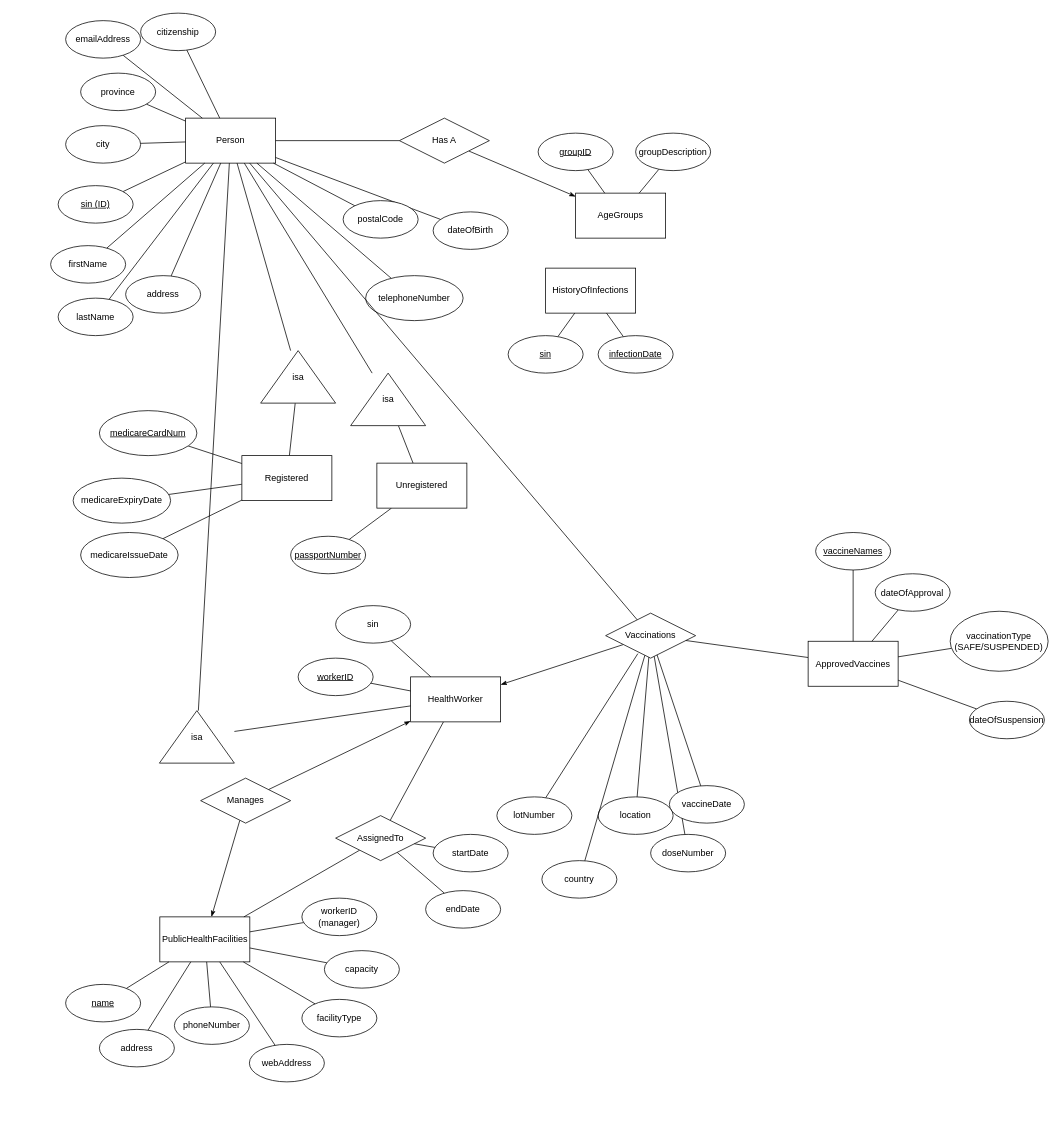
The draw.io diagram Diagram/E-R Model.drawio in sobhan-m/comp353-warmup-project, before the edit. Source tidied: cells renumbered, new cells numbered last; positions are measured from the earlier drawing's top-left corner, leaving out a move shared by most shapes. Both pictures are drawn from the tidied source at 75%, with x=0, y=0 at pixel (50, 13).
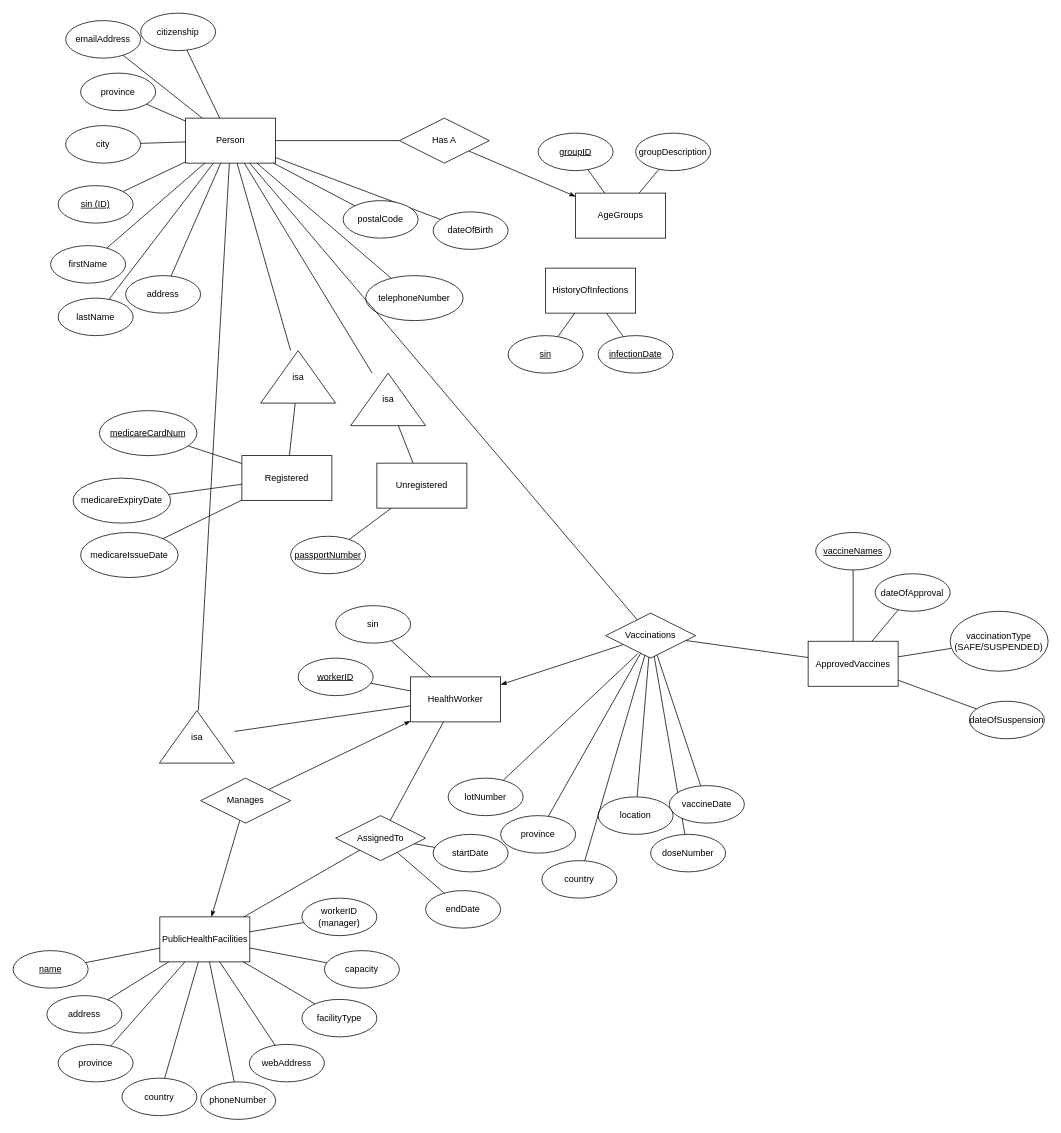
After the change.

Unchanged cells that the change refers to:
```xml
<mxCell id="42" value="PublicHealthFacilities" style="rounded=0;whiteSpace=wrap;html=1;" parent="1" vertex="1">
  <mxGeometry x="145.6" y="1205" width="120" height="60" as="geometry" />
</mxCell>
<mxCell id="70" value="Vaccinations" style="shape=rhombus;perimeter=rhombusPerimeter;whiteSpace=wrap;html=1;align=center;" parent="1" vertex="1">
  <mxGeometry x="740" y="800" width="120" height="60" as="geometry" />
</mxCell>
```

The edit, as a diff of the source:
```diff
@@
     <mxCell id="44" value="&lt;u&gt;name&lt;/u&gt;" style="ellipse;whiteSpace=wrap;html=1;" parent="1" vertex="1">
-      <mxGeometry x="20" y="1295" width="100" height="50" as="geometry" />
+      <mxGeometry x="-50" y="1250" width="100" height="50" as="geometry" />
     </mxCell>
@@
     <mxCell id="46" value="address" style="ellipse;whiteSpace=wrap;html=1;" parent="1" vertex="1">
-      <mxGeometry x="65" y="1355" width="100" height="50" as="geometry" />
+      <mxGeometry x="-5" y="1310" width="100" height="50" as="geometry" />
     </mxCell>
@@
     <mxCell id="48" value="phoneNumber" style="ellipse;whiteSpace=wrap;html=1;" parent="1" vertex="1">
-      <mxGeometry x="165" y="1325" width="100" height="50" as="geometry" />
+      <mxGeometry x="200" y="1425" width="100" height="50" as="geometry" />
     </mxCell>
@@
     <mxCell id="83" value="lotNumber" style="ellipse;whiteSpace=wrap;html=1;" parent="1" vertex="1">
-      <mxGeometry x="595" y="1045" width="100" height="50" as="geometry" />
+      <mxGeometry x="530" y="1020" width="100" height="50" as="geometry" />
     </mxCell>
@@
+    <mxCell id="110" style="rounded=0;jettySize=auto;html=1;endArrow=none;endFill=0;" parent="1" edge="1" source="111" target="42">
+      <mxGeometry relative="1" as="geometry" />
+    </mxCell>
+    <mxCell id="111" value="province" style="ellipse;whiteSpace=wrap;html=1;" parent="1" vertex="1">
+      <mxGeometry x="10" y="1375" width="100" height="50" as="geometry" />
+    </mxCell>
+    <mxCell id="112" style="edgeStyle=none;rounded=0;jettySize=auto;html=1;endArrow=none;endFill=0;" parent="1" edge="1" source="113" target="42">
+      <mxGeometry relative="1" as="geometry" />
+    </mxCell>
+    <mxCell id="113" value="country" style="ellipse;whiteSpace=wrap;html=1;" parent="1" vertex="1">
+      <mxGeometry x="95" y="1420" width="100" height="50" as="geometry" />
+    </mxCell>
+    <mxCell id="114" style="edgeStyle=none;rounded=0;jettySize=auto;html=1;endArrow=none;endFill=0;" parent="1" edge="1" source="115" target="70">
+      <mxGeometry relative="1" as="geometry" />
+    </mxCell>
+    <mxCell id="115" value="province" style="ellipse;whiteSpace=wrap;html=1;" parent="1" vertex="1">
+      <mxGeometry x="600" y="1070" width="100" height="50" as="geometry" />
+    </mxCell>
```
